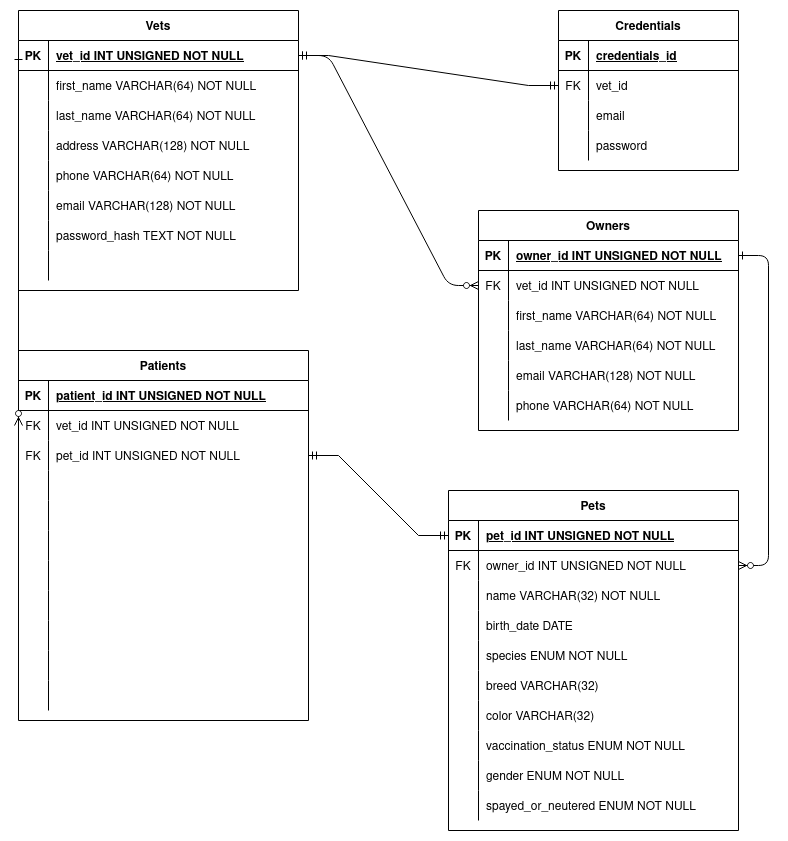
rafaelalma/vetter-client keeps this draw.io diagram as vetter-entity-relationship-diagram.drawio.png. Above is the earlier version. Source tidied: cells renumbered, new cells last; positions are measured from the earlier drawing's top-left corner, leaving out a move shared by most shapes.
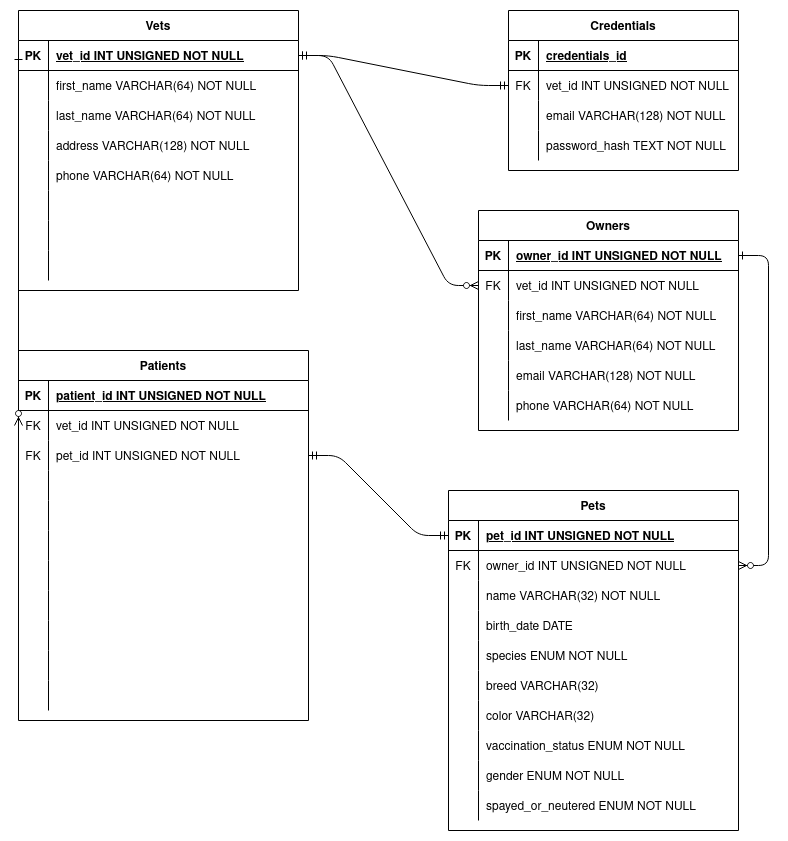
Above is the later version.

Commit message:
Modify Entity Relationship Diagram image

Diff of the diagram source:
```diff
@@ -212,7 +212,7 @@
     <mxCell id="71" style="shape=partialRectangle;overflow=hidden;fillColor=none;top=0;left=0;bottom=0;right=0;" parent="70" vertex="1">
       <mxGeometry width="30" height="30" as="geometry" />
     </mxCell>
-    <mxCell id="72" value="email VARCHAR(128) NOT NULL" style="shape=partialRectangle;overflow=hidden;fillColor=none;top=0;left=0;bottom=0;right=0;align=left;spacingLeft=6;" parent="70" vertex="1">
+    <mxCell id="72" style="shape=partialRectangle;overflow=hidden;fillColor=none;top=0;left=0;bottom=0;right=0;align=left;spacingLeft=6;" parent="70" vertex="1">
       <mxGeometry x="30" width="250" height="30" as="geometry" />
     </mxCell>
     <mxCell id="73" style="shape=partialRectangle;fillColor=none;top=0;left=0;right=0;bottom=0;" parent="54" vertex="1">
@@ -221,7 +221,7 @@
     <mxCell id="74" style="shape=partialRectangle;overflow=hidden;fillColor=none;top=0;left=0;bottom=0;right=0;" parent="73" vertex="1">
       <mxGeometry width="30" height="30" as="geometry" />
     </mxCell>
-    <mxCell id="75" value="password_hash TEXT NOT NULL" style="shape=partialRectangle;overflow=hidden;fillColor=none;top=0;left=0;bottom=0;right=0;align=left;spacingLeft=6;" parent="73" vertex="1">
+    <mxCell id="75" style="shape=partialRectangle;overflow=hidden;fillColor=none;top=0;left=0;bottom=0;right=0;align=left;spacingLeft=6;" parent="73" vertex="1">
       <mxGeometry x="30" width="250" height="30" as="geometry" />
     </mxCell>
     <mxCell id="76" style="shape=partialRectangle;fillColor=none;top=0;left=0;right=0;bottom=0;" parent="54" vertex="1">
@@ -335,52 +335,52 @@
     <mxCell id="112" style="shape=partialRectangle;overflow=hidden;fillColor=none;top=0;left=0;bottom=0;right=0;align=left;spacingLeft=6;" parent="110" vertex="1">
       <mxGeometry x="30" width="260" height="30" as="geometry" />
     </mxCell>
-    <mxCell id="113" style="fontSize=12;html=1;endArrow=ERmandOne;startArrow=ERmandOne;rounded=0;exitX=1;exitY=0.5;exitDx=0;exitDy=0;entryX=0;entryY=0.5;entryDx=0;entryDy=0;edgeStyle=entityRelationEdgeStyle;" parent="1" edge="1" source="86" target="24">
+    <mxCell id="113" style="fontSize=12;html=1;endArrow=ERmandOne;startArrow=ERmandOne;rounded=1;exitX=1;exitY=0.5;exitDx=0;exitDy=0;entryX=0;entryY=0.5;entryDx=0;entryDy=0;edgeStyle=entityRelationEdgeStyle;" parent="1" edge="1" source="86" target="24">
       <mxGeometry relative="1" as="geometry" />
     </mxCell>
     <mxCell id="114" value="Credentials" style="shape=table;startSize=30;rowLines=0;fontStyle=1;align=center;" parent="1" vertex="1">
-      <mxGeometry x="540" width="180" height="160" as="geometry" />
+      <mxGeometry x="490" width="230" height="160" as="geometry" />
     </mxCell>
     <mxCell id="115" style="shape=partialRectangle;fillColor=none;top=0;left=0;bottom=1;right=0;" parent="114" vertex="1">
-      <mxGeometry y="30" width="180" height="30" as="geometry" />
+      <mxGeometry y="30" width="230" height="30" as="geometry" />
     </mxCell>
     <mxCell id="116" value="PK" style="shape=partialRectangle;fillColor=none;top=0;left=0;bottom=0;right=0;fontStyle=1;overflow=hidden;" parent="115" vertex="1">
       <mxGeometry width="30" height="30" as="geometry" />
     </mxCell>
     <mxCell id="117" value="credentials_id" style="shape=partialRectangle;fillColor=none;top=0;left=0;bottom=0;right=0;align=left;spacingLeft=6;fontStyle=5;overflow=hidden;" parent="115" vertex="1">
-      <mxGeometry x="30" width="150" height="30" as="geometry" />
+      <mxGeometry x="30" width="200" height="30" as="geometry" />
     </mxCell>
     <mxCell id="118" style="shape=partialRectangle;fillColor=none;top=0;left=0;bottom=0;right=0;points=[[0,0.5],[1,0.5]];portConstraint=eastwest;" parent="114" vertex="1">
-      <mxGeometry y="60" width="180" height="30" as="geometry" />
+      <mxGeometry y="60" width="230" height="30" as="geometry" />
     </mxCell>
     <mxCell id="119" value="FK" style="shape=partialRectangle;fillColor=none;top=0;left=0;bottom=0;right=0;overflow=hidden;" parent="118" vertex="1">
       <mxGeometry width="30" height="30" as="geometry" />
     </mxCell>
-    <mxCell id="120" value="vet_id" style="shape=partialRectangle;fillColor=none;top=0;left=0;bottom=0;right=0;align=left;spacingLeft=6;overflow=hidden;" parent="118" vertex="1">
-      <mxGeometry x="30" width="150" height="30" as="geometry" />
+    <mxCell id="120" value="vet_id INT UNSIGNED NOT NULL" style="shape=partialRectangle;fillColor=none;top=0;left=0;bottom=0;right=0;align=left;spacingLeft=6;overflow=hidden;" parent="118" vertex="1">
+      <mxGeometry x="30" width="200" height="30" as="geometry" />
     </mxCell>
     <mxCell id="121" style="shape=partialRectangle;fillColor=none;top=0;left=0;bottom=0;right=0;" parent="114" vertex="1">
-      <mxGeometry y="90" width="180" height="30" as="geometry" />
+      <mxGeometry y="90" width="230" height="30" as="geometry" />
     </mxCell>
     <mxCell id="122" style="shape=partialRectangle;fillColor=none;top=0;left=0;bottom=0;right=0;overflow=hidden;" parent="121" vertex="1">
       <mxGeometry width="30" height="30" as="geometry" />
     </mxCell>
-    <mxCell id="123" value="email" style="shape=partialRectangle;fillColor=none;top=0;left=0;bottom=0;right=0;align=left;spacingLeft=6;overflow=hidden;" parent="121" vertex="1">
-      <mxGeometry x="30" width="150" height="30" as="geometry" />
+    <mxCell id="123" value="email VARCHAR(128) NOT NULL" style="shape=partialRectangle;fillColor=none;top=0;left=0;bottom=0;right=0;align=left;spacingLeft=6;overflow=hidden;" parent="121" vertex="1">
+      <mxGeometry x="30" width="200" height="30" as="geometry" />
     </mxCell>
     <mxCell id="124" style="shape=partialRectangle;fillColor=none;top=0;left=0;bottom=0;right=0;" parent="114" vertex="1">
-      <mxGeometry y="120" width="180" height="30" as="geometry" />
+      <mxGeometry y="120" width="230" height="30" as="geometry" />
     </mxCell>
     <mxCell id="125" style="shape=partialRectangle;fillColor=none;top=0;left=0;bottom=0;right=0;overflow=hidden;" parent="124" vertex="1">
       <mxGeometry width="30" height="30" as="geometry" />
     </mxCell>
-    <mxCell id="126" value="password" style="shape=partialRectangle;fillColor=none;top=0;left=0;bottom=0;right=0;align=left;spacingLeft=6;overflow=hidden;" parent="124" vertex="1">
-      <mxGeometry x="30" width="150" height="30" as="geometry" />
+    <mxCell id="126" value="password_hash TEXT NOT NULL" style="shape=partialRectangle;fillColor=none;top=0;left=0;bottom=0;right=0;align=left;spacingLeft=6;overflow=hidden;" parent="124" vertex="1">
+      <mxGeometry x="30" width="200" height="30" as="geometry" />
     </mxCell>
     <mxCell id="127" style="endArrow=ERzeroToMany;startArrow=ERone;endFill=1;startFill=0;exitX=0;exitY=0.5;exitDx=0;exitDy=0;elbow=vertical;entryX=0;entryY=0.5;entryDx=0;entryDy=0;" parent="1" edge="1" source="55" target="83">
       <mxGeometry relative="1" as="geometry" />
     </mxCell>
-    <mxCell id="128" style="fontSize=12;html=1;endArrow=ERmandOne;startArrow=ERmandOne;rounded=0;exitX=1;exitY=0.5;exitDx=0;exitDy=0;entryX=0;entryY=0.5;entryDx=0;entryDy=0;edgeStyle=entityRelationEdgeStyle;" parent="1" edge="1" source="55" target="118">
+    <mxCell id="128" style="fontSize=12;html=1;endArrow=ERmandOne;startArrow=ERmandOne;rounded=1;exitX=1;exitY=0.5;exitDx=0;exitDy=0;entryX=0;entryY=0.5;entryDx=0;entryDy=0;edgeStyle=entityRelationEdgeStyle;" parent="1" edge="1" source="55" target="118">
       <mxGeometry relative="1" as="geometry" />
     </mxCell>
   </root>
```
